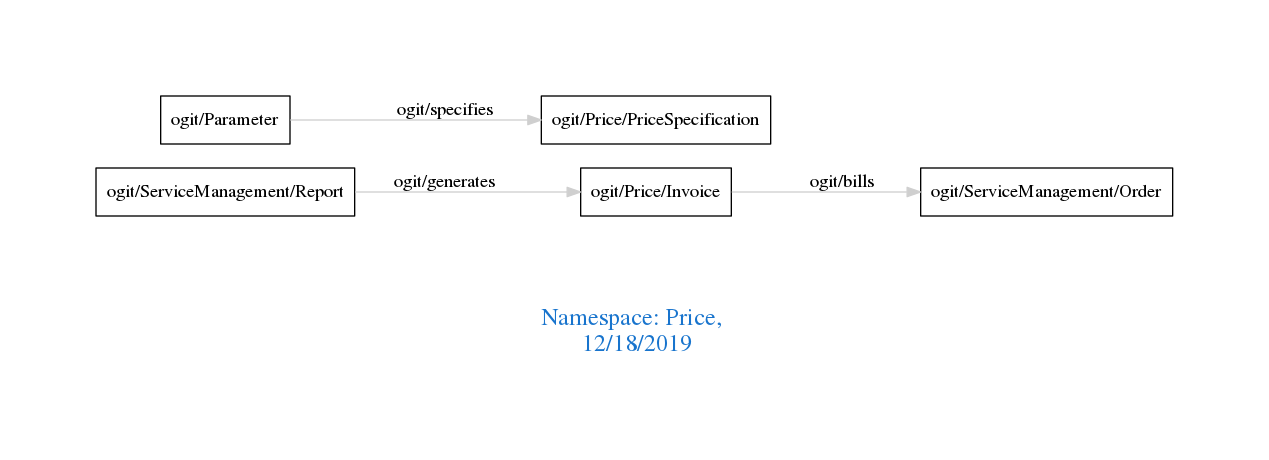
Before: downloads/Price.png, a diagram exported from Graphviz (arago/OGIT). Its source is kept beside it as downloads/Price.dot.
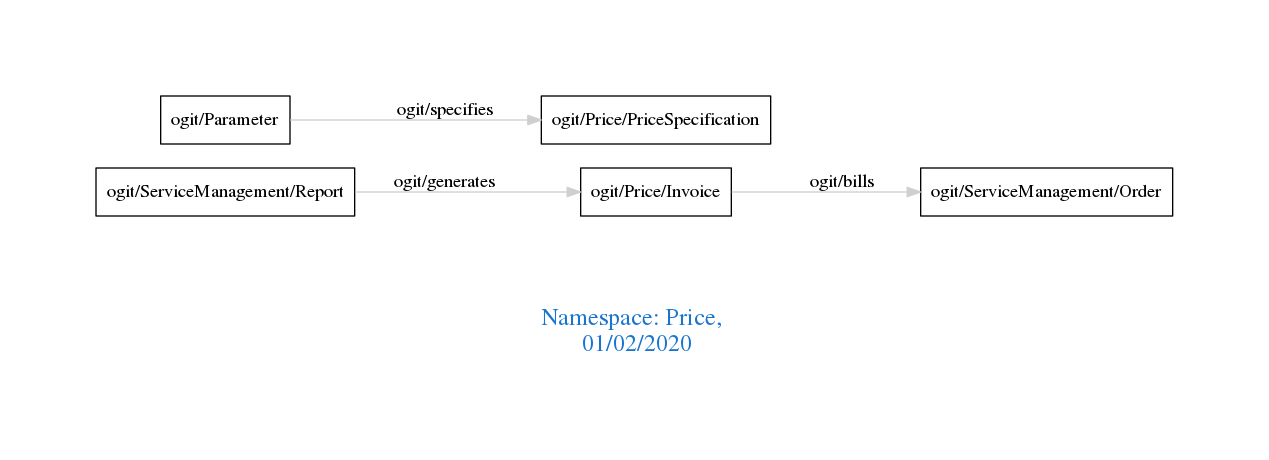
After the commit.

Change to the diagram source:
```diff
@@ -1,7 +1,7 @@
 digraph OGIT_ontology {
  graph [ rankdir= LR,pad=1
 fontsize = 18,
-fontcolor= dodgerblue3,label = "\n\n\nNamespace: Price, \n 12/18/2019"];
+fontcolor= dodgerblue3,label = "\n\n\nNamespace: Price, \n 01/02/2020"];
 node[shape=polygon];
 edge [  color="gray81"];
 
```
